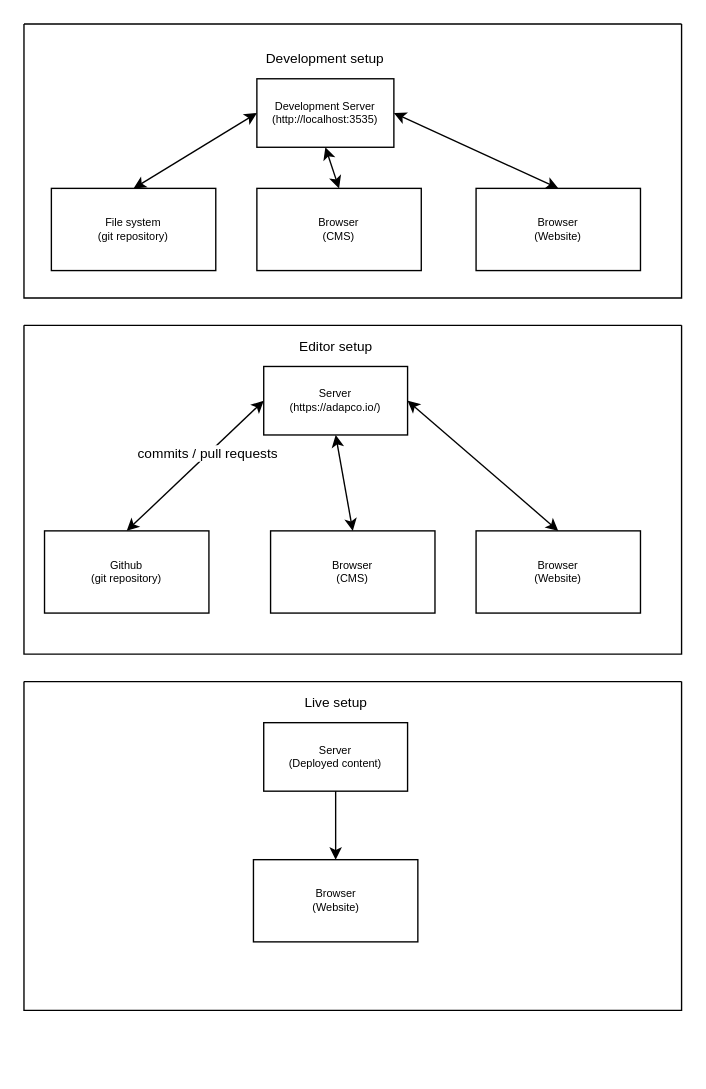
Earlier version of the draw.io diagram doc/arch.drawio (Lenne231/cocoon). Source tidied: cells renumbered, new cells numbered last; positions are measured from the earlier drawing's top-left corner, leaving out a move shared by most shapes. Both pictures are drawn from the tidied source at 137%, with x=0, y=0 at pixel (23, 23).
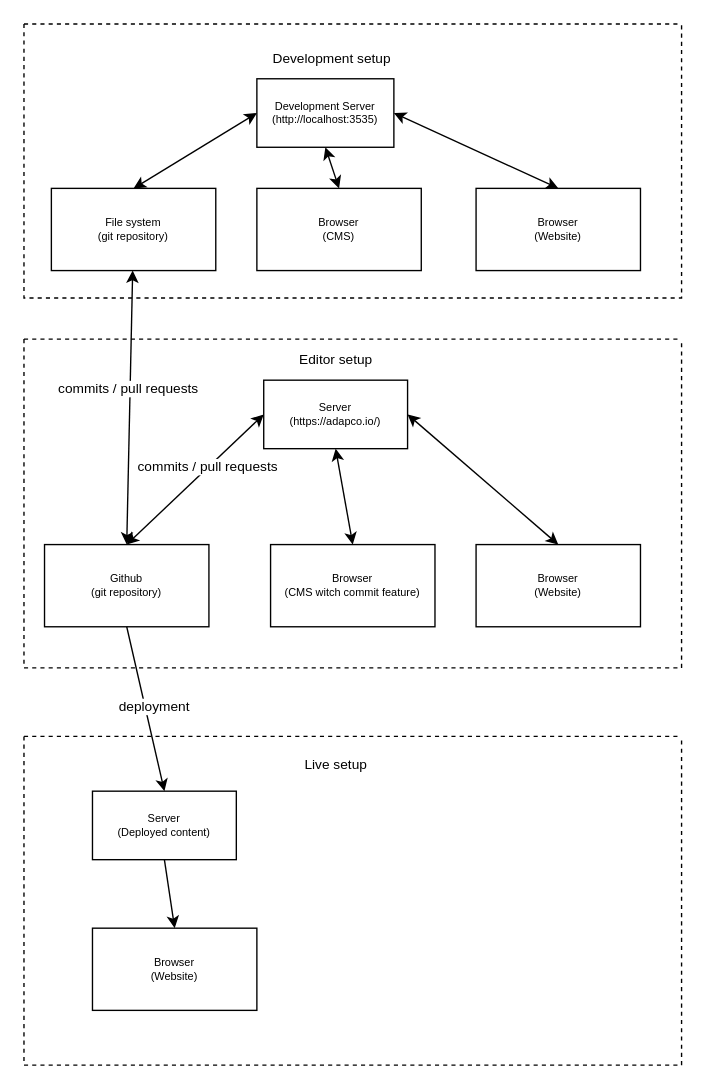
The same page after the edit.

The change refers to these unchanged cells:
```xml
<mxCell id="5" value="File system&lt;br&gt;(git repository)" style="rounded=0;whiteSpace=wrap;html=1;fontSize=8;" parent="2" vertex="1">
  <mxGeometry x="20" y="120" width="120" height="60" as="geometry" />
</mxCell>
<mxCell id="18" value="Github&lt;br&gt;(git repository)" style="rounded=0;whiteSpace=wrap;html=1;fontSize=8;" parent="16" vertex="1">
  <mxGeometry x="15" y="150" width="120" height="60" as="geometry" />
</mxCell>
```

Change to the diagram source:
```diff
@@
-    <mxCell id="2" style="swimlane;startSize=0;" parent="1" vertex="1">
+    <mxCell id="2" style="swimlane;startSize=0;dashed=1;" parent="1" vertex="1">
       <mxGeometry width="480" height="200" as="geometry" />
     </mxCell>
@@
     <mxCell id="8" value="Development setup" style="text;html=1;strokeColor=none;fillColor=none;align=center;verticalAlign=middle;whiteSpace=wrap;rounded=0;fontSize=10;" parent="2" vertex="1">
-      <mxGeometry x="155" y="10" width="130" height="30" as="geometry" />
+      <mxGeometry x="160" y="10" width="130" height="30" as="geometry" />
     </mxCell>
@@
-    <mxCell id="11" style="swimlane;startSize=0;" parent="1" vertex="1">
-      <mxGeometry y="480" width="480" height="240" as="geometry" />
+    <mxCell id="11" style="swimlane;startSize=0;dashed=1;" parent="1" vertex="1">
+      <mxGeometry y="520" width="480" height="240" as="geometry" />
     </mxCell>
     <mxCell id="12" value="Browser&lt;br&gt;(Website)" style="rounded=0;whiteSpace=wrap;html=1;fontSize=8;" parent="11" vertex="1">
-      <mxGeometry x="167.5" y="130" width="120" height="60" as="geometry" />
+      <mxGeometry x="50" y="140" width="120" height="60" as="geometry" />
     </mxCell>
     <mxCell id="13" value="Live setup" style="text;html=1;strokeColor=none;fillColor=none;align=center;verticalAlign=middle;whiteSpace=wrap;rounded=0;fontSize=10;" parent="11" vertex="1">
-      <mxGeometry x="162.5" width="130" height="30" as="geometry" />
+      <mxGeometry x="162.5" width="130" height="40" as="geometry" />
     </mxCell>
     <mxCell id="14" value="Server&lt;br style=&quot;font-size: 8px;&quot;&gt;(Deployed content)" style="whiteSpace=wrap;html=1;fontSize=8;" parent="11" vertex="1">
-      <mxGeometry x="175" y="30" width="105" height="50" as="geometry" />
+      <mxGeometry x="50" y="40" width="105" height="50" as="geometry" />
     </mxCell>
@@
-    <mxCell id="16" style="swimlane;startSize=0;" parent="1" vertex="1">
-      <mxGeometry y="220" width="480" height="240" as="geometry" />
+    <mxCell id="16" style="swimlane;startSize=0;dashed=1;" parent="1" vertex="1">
+      <mxGeometry y="230" width="480" height="240" as="geometry" />
     </mxCell>
@@
-    <mxCell id="24" value="Browser&lt;br&gt;(CMS)" style="rounded=0;whiteSpace=wrap;html=1;fontSize=8;" parent="16" vertex="1">
+    <mxCell id="24" value="Browser&lt;br&gt;(CMS witch commit feature)" style="rounded=0;whiteSpace=wrap;html=1;fontSize=8;" parent="16" vertex="1">
       <mxGeometry x="180" y="150" width="120" height="60" as="geometry" />
     </mxCell>
@@
+    <mxCell id="26" style="html=1;entryX=0.5;entryY=0;entryDx=0;entryDy=0;fontSize=10;startArrow=classic;startFill=1;" parent="1" edge="1" source="5" target="18">
+      <mxGeometry relative="1" as="geometry" />
+    </mxCell>
+    <mxCell id="27" value="commits / pull requests" style="edgeLabel;html=1;align=center;verticalAlign=middle;fontSize=10;" parent="26" vertex="1">
+      <mxGeometry x="-0.14" y="-2" relative="1" as="geometry" />
+    </mxCell>
+    <mxCell id="28" style="edgeStyle=none;html=1;exitX=0.5;exitY=1;exitDx=0;exitDy=0;entryX=0.5;entryY=0;entryDx=0;entryDy=0;fontSize=10;" parent="1" edge="1" source="18" target="14">
+      <mxGeometry relative="1" as="geometry" />
+    </mxCell>
+    <mxCell id="29" value="deployment" style="edgeLabel;html=1;align=center;verticalAlign=middle;fontSize=10;" parent="28" vertex="1">
+      <mxGeometry x="0.17" y="3" relative="1" as="geometry">
+        <mxPoint y="-12" as="offset" />
+      </mxGeometry>
+    </mxCell>
```
